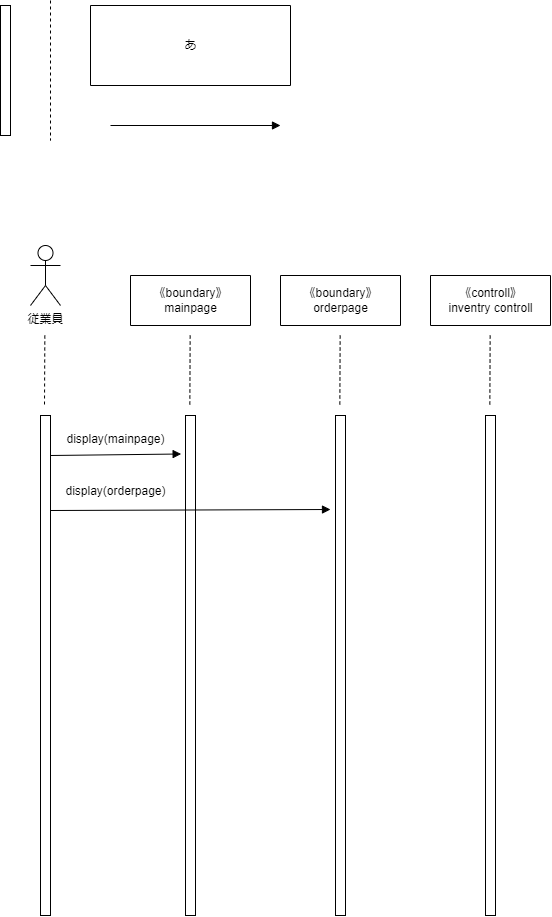
The draw.io diagram psp4/シーケンス図/シーケンス図_オーダー.drawio.png in MasakiHiguchi/---, before a commit. Source tidied: cells renumbered, new cells last; positions are measured from the earlier drawing's top-left corner, leaving out a move shared by most shapes. Its diagram source:
```xml
<mxGraphModel>
  <root>
    <mxCell id="0" />
    <mxCell id="1" parent="0" />
    <mxCell id="2" style="edgeStyle=none;html=1;endArrow=none;endFill=0;dashed=1;" parent="1" edge="1">
      <mxGeometry relative="1" as="geometry">
        <mxPoint x="50" as="sourcePoint" />
        <mxPoint x="50" y="140" as="targetPoint" />
      </mxGeometry>
    </mxCell>
    <mxCell id="3" style="edgeStyle=none;html=1;endArrow=block;endFill=1;" parent="1" edge="1">
      <mxGeometry relative="1" as="geometry">
        <mxPoint x="110" y="125" as="sourcePoint" />
        <mxPoint x="280" y="125" as="targetPoint" />
      </mxGeometry>
    </mxCell>
    <mxCell id="4" style="rounded=0;whiteSpace=wrap;html=1;" parent="1" vertex="1">
      <mxGeometry y="5" width="10" height="130" as="geometry" />
    </mxCell>
    <mxCell id="5" value="従業員" style="shape=umlActor;verticalLabelPosition=bottom;verticalAlign=top;html=1;" parent="1" vertex="1">
      <mxGeometry x="30" y="245" width="30" height="60" as="geometry" />
    </mxCell>
    <mxCell id="6" style="swimlane;startSize=0;" parent="1" vertex="1">
      <mxGeometry x="90" y="5" width="200" height="80" as="geometry" />
    </mxCell>
    <mxCell id="7" value="あ" style="text;html=1;align=center;verticalAlign=middle;strokeColor=none;fillColor=none;" parent="6" vertex="1">
      <mxGeometry x="80" y="25" width="40" height="30" as="geometry" />
    </mxCell>
    <mxCell id="8" style="edgeStyle=none;html=1;endArrow=none;endFill=0;dashed=1;" parent="1" edge="1">
      <mxGeometry relative="1" as="geometry">
        <mxPoint x="44.3" y="335" as="sourcePoint" />
        <mxPoint x="44" y="405" as="targetPoint" />
      </mxGeometry>
    </mxCell>
    <mxCell id="9" style="rounded=0;whiteSpace=wrap;html=1;" parent="1" vertex="1">
      <mxGeometry x="40" y="415" width="10" height="500" as="geometry" />
    </mxCell>
    <mxCell id="10" style="swimlane;startSize=0;" parent="1" vertex="1">
      <mxGeometry x="130" y="275" width="120" height="50" as="geometry" />
    </mxCell>
    <mxCell id="11" value="《boundary》&lt;br&gt;mainpage" style="text;html=1;align=center;verticalAlign=middle;strokeColor=none;fillColor=none;" parent="10" vertex="1">
      <mxGeometry x="10" y="5" width="100" height="40" as="geometry" />
    </mxCell>
    <mxCell id="12" style="edgeStyle=none;html=1;endArrow=block;endFill=1;entryX=-0.436;entryY=0.077;entryDx=0;entryDy=0;entryPerimeter=0;" parent="1" edge="1" target="13">
      <mxGeometry relative="1" as="geometry">
        <mxPoint x="50" y="455" as="sourcePoint" />
      </mxGeometry>
    </mxCell>
    <mxCell id="13" style="rounded=0;whiteSpace=wrap;html=1;" parent="1" vertex="1">
      <mxGeometry x="185" y="415" width="10" height="500" as="geometry" />
    </mxCell>
    <mxCell id="14" style="edgeStyle=none;html=1;endArrow=none;endFill=0;dashed=1;" parent="1" edge="1">
      <mxGeometry relative="1" as="geometry">
        <mxPoint x="189.7" y="335" as="sourcePoint" />
        <mxPoint x="189.3" y="405" as="targetPoint" />
      </mxGeometry>
    </mxCell>
    <mxCell id="15" style="swimlane;startSize=0;" parent="1" vertex="1">
      <mxGeometry x="280" y="275" width="120" height="50" as="geometry" />
    </mxCell>
    <mxCell id="16" value="《boundary》&lt;br&gt;orderpage" style="text;html=1;align=center;verticalAlign=middle;strokeColor=none;fillColor=none;" parent="15" vertex="1">
      <mxGeometry x="10" y="5" width="100" height="40" as="geometry" />
    </mxCell>
    <mxCell id="17" style="edgeStyle=none;html=1;endArrow=none;endFill=0;dashed=1;" parent="1" edge="1">
      <mxGeometry relative="1" as="geometry">
        <mxPoint x="339.7" y="335" as="sourcePoint" />
        <mxPoint x="339.3" y="405" as="targetPoint" />
      </mxGeometry>
    </mxCell>
    <mxCell id="18" style="rounded=0;whiteSpace=wrap;html=1;" parent="1" vertex="1">
      <mxGeometry x="335" y="415" width="10" height="500" as="geometry" />
    </mxCell>
    <mxCell id="19" style="swimlane;startSize=0;" parent="1" vertex="1">
      <mxGeometry x="430" y="275" width="120" height="50" as="geometry" />
    </mxCell>
    <mxCell id="20" value="《controll》&lt;br&gt;inventry controll" style="text;html=1;align=center;verticalAlign=middle;strokeColor=none;fillColor=none;" parent="19" vertex="1">
      <mxGeometry x="5" y="5" width="110" height="40" as="geometry" />
    </mxCell>
    <mxCell id="21" style="edgeStyle=none;html=1;endArrow=none;endFill=0;dashed=1;" parent="1" edge="1">
      <mxGeometry relative="1" as="geometry">
        <mxPoint x="489.7" y="335" as="sourcePoint" />
        <mxPoint x="489.3" y="405" as="targetPoint" />
      </mxGeometry>
    </mxCell>
    <mxCell id="22" style="rounded=0;whiteSpace=wrap;html=1;" parent="1" vertex="1">
      <mxGeometry x="485" y="415" width="10" height="500" as="geometry" />
    </mxCell>
    <mxCell id="23" value="display(mainpage)" style="text;html=1;align=center;verticalAlign=middle;strokeColor=none;fillColor=none;" parent="1" vertex="1">
      <mxGeometry x="55" y="424" width="120" height="30" as="geometry" />
    </mxCell>
    <mxCell id="24" style="edgeStyle=none;html=1;endArrow=block;endFill=1;" parent="1" edge="1">
      <mxGeometry relative="1" as="geometry">
        <mxPoint x="50" y="510" as="sourcePoint" />
        <mxPoint x="330" y="509" as="targetPoint" />
      </mxGeometry>
    </mxCell>
    <mxCell id="25" value="display(orderpage)" style="text;html=1;align=center;verticalAlign=middle;strokeColor=none;fillColor=none;" parent="1" vertex="1">
      <mxGeometry x="55" y="476" width="120" height="30" as="geometry" />
    </mxCell>
  </root>
</mxGraphModel>
```
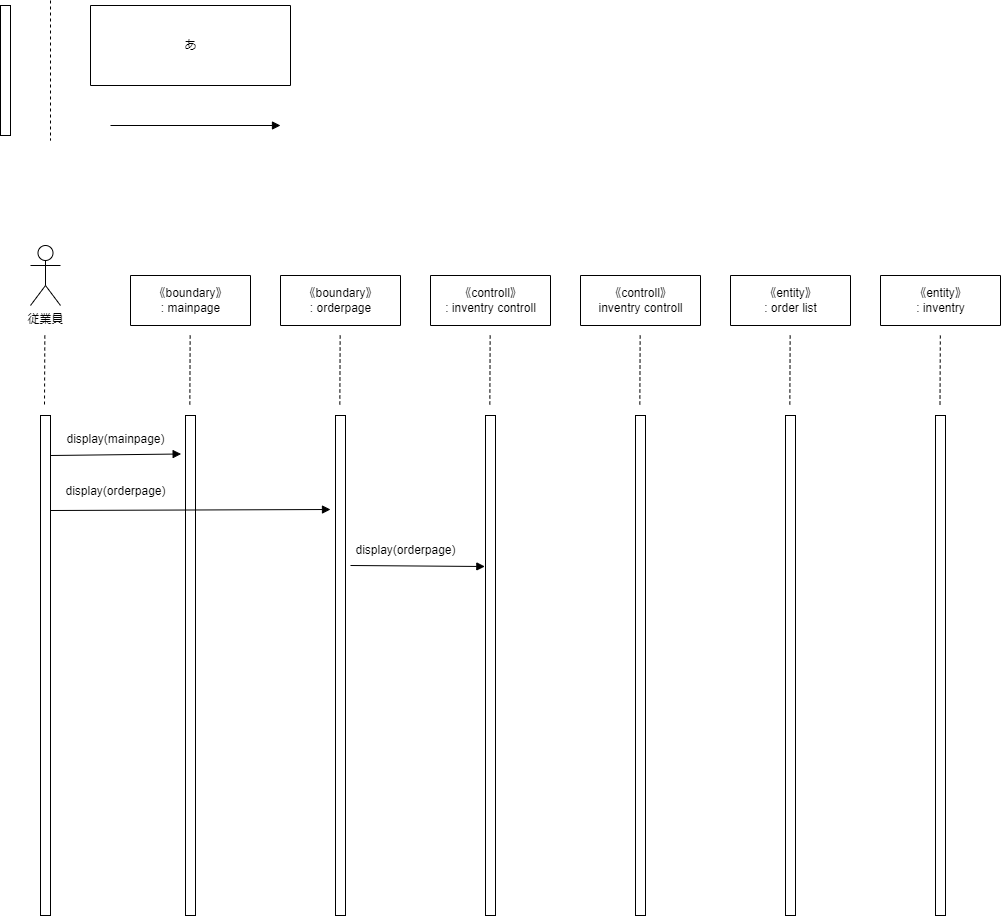
The same diagram one commit later.

Diff of the diagram source:
```diff
@@ -38,7 +38,7 @@
     <mxCell id="10" style="swimlane;startSize=0;" parent="1" vertex="1">
       <mxGeometry x="130" y="275" width="120" height="50" as="geometry" />
     </mxCell>
-    <mxCell id="11" value="《boundary》&lt;br&gt;mainpage" style="text;html=1;align=center;verticalAlign=middle;strokeColor=none;fillColor=none;" parent="10" vertex="1">
+    <mxCell id="11" value="《boundary》&lt;br&gt;: mainpage" style="text;html=1;align=center;verticalAlign=middle;strokeColor=none;fillColor=none;" parent="10" vertex="1">
       <mxGeometry x="10" y="5" width="100" height="40" as="geometry" />
     </mxCell>
     <mxCell id="12" style="edgeStyle=none;html=1;endArrow=block;endFill=1;entryX=-0.436;entryY=0.077;entryDx=0;entryDy=0;entryPerimeter=0;" parent="1" edge="1" target="13">
@@ -58,7 +58,7 @@
     <mxCell id="15" style="swimlane;startSize=0;" parent="1" vertex="1">
       <mxGeometry x="280" y="275" width="120" height="50" as="geometry" />
     </mxCell>
-    <mxCell id="16" value="《boundary》&lt;br&gt;orderpage" style="text;html=1;align=center;verticalAlign=middle;strokeColor=none;fillColor=none;" parent="15" vertex="1">
+    <mxCell id="16" value="《boundary》&lt;br&gt;: orderpage" style="text;html=1;align=center;verticalAlign=middle;strokeColor=none;fillColor=none;" parent="15" vertex="1">
       <mxGeometry x="10" y="5" width="100" height="40" as="geometry" />
     </mxCell>
     <mxCell id="17" style="edgeStyle=none;html=1;endArrow=none;endFill=0;dashed=1;" parent="1" edge="1">
@@ -73,7 +73,7 @@
     <mxCell id="19" style="swimlane;startSize=0;" parent="1" vertex="1">
       <mxGeometry x="430" y="275" width="120" height="50" as="geometry" />
     </mxCell>
-    <mxCell id="20" value="《controll》&lt;br&gt;inventry controll" style="text;html=1;align=center;verticalAlign=middle;strokeColor=none;fillColor=none;" parent="19" vertex="1">
+    <mxCell id="20" value="《controll》&lt;br&gt;: inventry controll" style="text;html=1;align=center;verticalAlign=middle;strokeColor=none;fillColor=none;" parent="19" vertex="1">
       <mxGeometry x="5" y="5" width="110" height="40" as="geometry" />
     </mxCell>
     <mxCell id="21" style="edgeStyle=none;html=1;endArrow=none;endFill=0;dashed=1;" parent="1" edge="1">
@@ -97,5 +97,58 @@
     <mxCell id="25" value="display(orderpage)" style="text;html=1;align=center;verticalAlign=middle;strokeColor=none;fillColor=none;" parent="1" vertex="1">
       <mxGeometry x="55" y="476" width="120" height="30" as="geometry" />
     </mxCell>
+    <mxCell id="26" style="edgeStyle=none;html=1;endArrow=block;endFill=1;entryX=-0.066;entryY=0.302;entryDx=0;entryDy=0;entryPerimeter=0;" parent="1" edge="1" target="22">
+      <mxGeometry relative="1" as="geometry">
+        <mxPoint x="350" y="565" as="sourcePoint" />
+      </mxGeometry>
+    </mxCell>
+    <mxCell id="27" value="display(orderpage)" style="text;html=1;align=center;verticalAlign=middle;strokeColor=none;fillColor=none;" parent="1" vertex="1">
+      <mxGeometry x="345" y="535" width="120" height="30" as="geometry" />
+    </mxCell>
+    <mxCell id="28" style="swimlane;startSize=0;" parent="1" vertex="1">
+      <mxGeometry x="580" y="275" width="120" height="50" as="geometry" />
+    </mxCell>
+    <mxCell id="29" value="《controll》&lt;br&gt;inventry controll" style="text;html=1;align=center;verticalAlign=middle;strokeColor=none;fillColor=none;" parent="28" vertex="1">
+      <mxGeometry x="5" y="5" width="110" height="40" as="geometry" />
+    </mxCell>
+    <mxCell id="30" style="edgeStyle=none;html=1;endArrow=none;endFill=0;dashed=1;" parent="1" edge="1">
+      <mxGeometry relative="1" as="geometry">
+        <mxPoint x="639.7" y="335" as="sourcePoint" />
+        <mxPoint x="639.3" y="405" as="targetPoint" />
+      </mxGeometry>
+    </mxCell>
+    <mxCell id="31" style="rounded=0;whiteSpace=wrap;html=1;" parent="1" vertex="1">
+      <mxGeometry x="635" y="415" width="10" height="500" as="geometry" />
+    </mxCell>
+    <mxCell id="32" style="swimlane;startSize=0;" parent="1" vertex="1">
+      <mxGeometry x="730" y="275" width="120" height="50" as="geometry" />
+    </mxCell>
+    <mxCell id="33" value="《entity》&lt;br&gt;: order list" style="text;html=1;align=center;verticalAlign=middle;strokeColor=none;fillColor=none;" parent="32" vertex="1">
+      <mxGeometry x="20" y="5" width="80" height="40" as="geometry" />
+    </mxCell>
+    <mxCell id="34" style="edgeStyle=none;html=1;endArrow=none;endFill=0;dashed=1;" parent="1" edge="1">
+      <mxGeometry relative="1" as="geometry">
+        <mxPoint x="789.7" y="335" as="sourcePoint" />
+        <mxPoint x="789.3" y="405" as="targetPoint" />
+      </mxGeometry>
+    </mxCell>
+    <mxCell id="35" style="rounded=0;whiteSpace=wrap;html=1;" parent="1" vertex="1">
+      <mxGeometry x="785" y="415" width="10" height="500" as="geometry" />
+    </mxCell>
+    <mxCell id="36" style="edgeStyle=none;html=1;endArrow=none;endFill=0;dashed=1;" parent="1" edge="1">
+      <mxGeometry relative="1" as="geometry">
+        <mxPoint x="939.8" y="335" as="sourcePoint" />
+        <mxPoint x="939.5" y="405" as="targetPoint" />
+      </mxGeometry>
+    </mxCell>
+    <mxCell id="37" style="rounded=0;whiteSpace=wrap;html=1;" parent="1" vertex="1">
+      <mxGeometry x="935" y="415" width="10" height="500" as="geometry" />
+    </mxCell>
+    <mxCell id="38" style="swimlane;startSize=0;" parent="1" vertex="1">
+      <mxGeometry x="880" y="275" width="120" height="50" as="geometry" />
+    </mxCell>
+    <mxCell id="39" value="《entity》&lt;br&gt;: inventry" style="text;html=1;align=center;verticalAlign=middle;strokeColor=none;fillColor=none;" parent="38" vertex="1">
+      <mxGeometry x="20" y="5" width="80" height="40" as="geometry" />
+    </mxCell>
   </root>
 </mxGraphModel>
```
